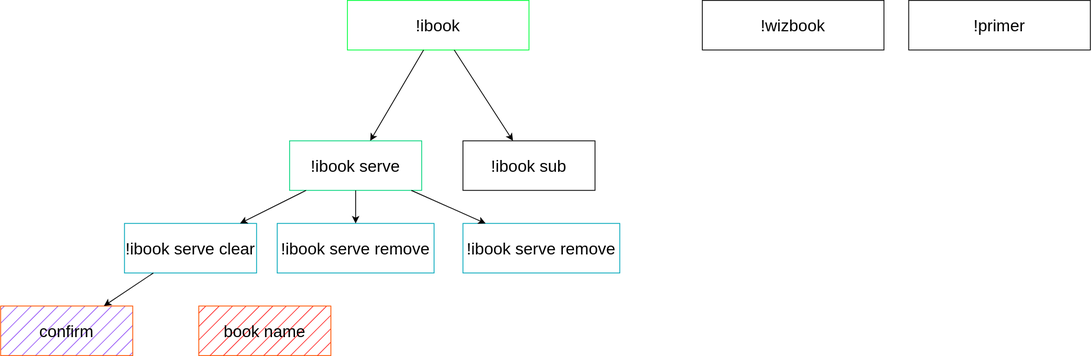
This is Design/Senior Project.svg from SethHartman13/Magic-Book-Library, a draw.io export, as it was before one commit. Source tidied: cells renumbered, new cells last; positions are measured from the earlier drawing's top-left corner, leaving out a move shared by most shapes.
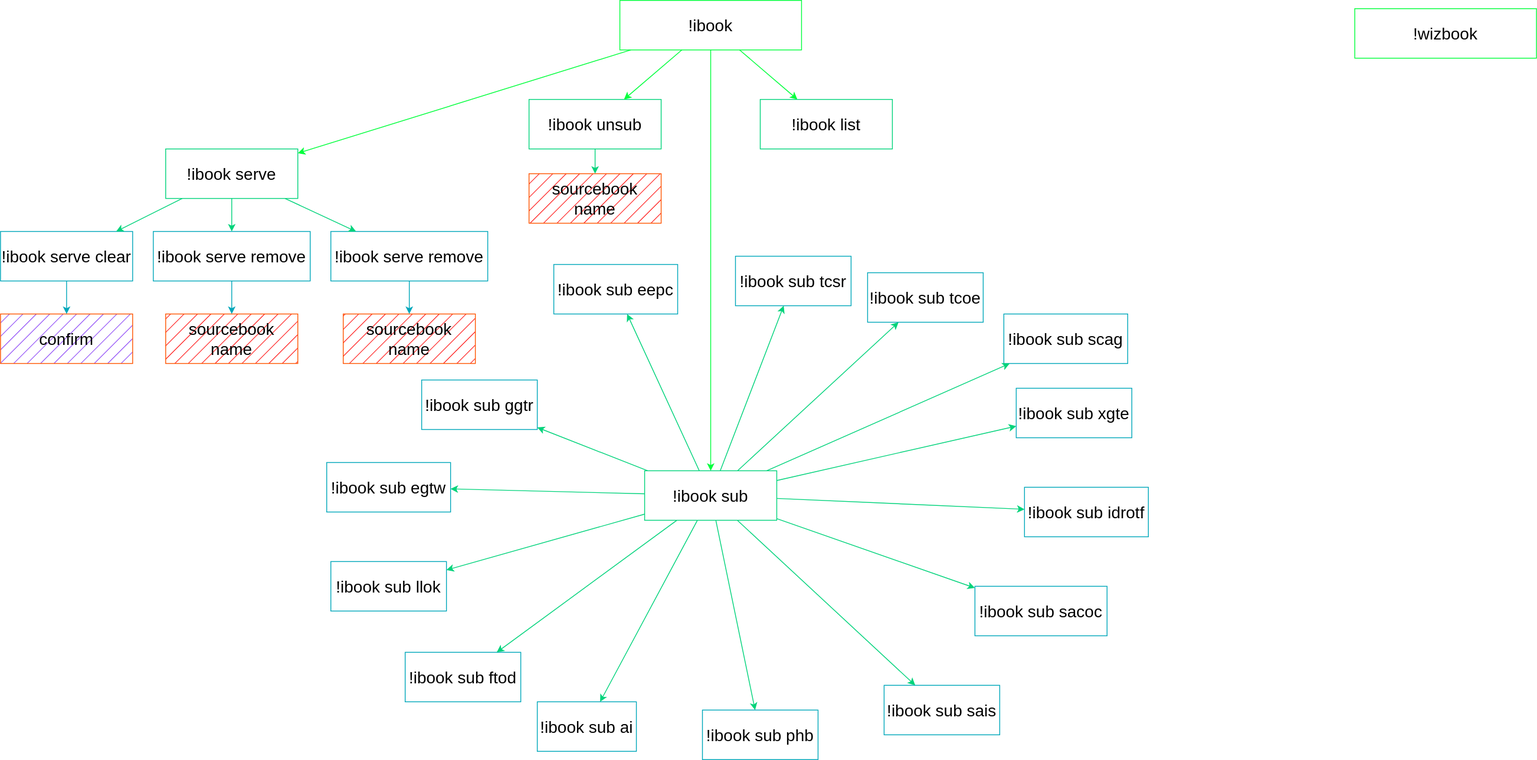
The same diagram one commit later.

What changed in the source:
```diff
@@ -3,52 +3,160 @@
     <mxCell id="0" />
     <mxCell id="1" parent="0" />
     <mxCell id="2" value="&lt;font style=&quot;font-size: 20px;&quot;&gt;!ibook&lt;/font&gt;" style="rounded=0;whiteSpace=wrap;html=1;strokeColor=#00ff3c;" parent="1" vertex="1">
-      <mxGeometry x="420" width="220" height="60" as="geometry" />
+      <mxGeometry x="420" y="-10" width="220" height="60" as="geometry" />
     </mxCell>
-    <mxCell id="3" value="&lt;font style=&quot;font-size: 20px;&quot;&gt;!wizbook&lt;br&gt;&lt;/font&gt;" style="rounded=0;whiteSpace=wrap;html=1;" parent="1" vertex="1">
-      <mxGeometry x="850" width="220" height="60" as="geometry" />
-    </mxCell>
-    <mxCell id="4" value="&lt;font style=&quot;font-size: 20px;&quot;&gt;!primer&lt;/font&gt;" style="rounded=0;whiteSpace=wrap;html=1;" parent="1" vertex="1">
-      <mxGeometry x="1100" width="220" height="60" as="geometry" />
-    </mxCell>
     <mxCell id="5" value="&lt;font style=&quot;font-size: 20px;&quot;&gt;!ibook serve&lt;br&gt;&lt;/font&gt;" style="rounded=0;whiteSpace=wrap;html=1;strokeColor=#00d37b;" parent="1" vertex="1">
-      <mxGeometry x="350" y="170" width="160" height="60" as="geometry" />
+      <mxGeometry x="-130" y="170" width="160" height="60" as="geometry" />
     </mxCell>
-    <mxCell id="6" value="&lt;font style=&quot;font-size: 20px;&quot;&gt;!ibook sub&lt;br&gt;&lt;/font&gt;" style="rounded=0;whiteSpace=wrap;html=1;" parent="1" vertex="1">
-      <mxGeometry x="560" y="170" width="160" height="60" as="geometry" />
-    </mxCell>
-    <mxCell id="7" style="endArrow=classic;html=1;rounded=0;" parent="1" edge="1" source="2" target="5">
+    <mxCell id="7" style="endArrow=classic;html=1;rounded=0;strokeColor=#00FF3C;" parent="1" edge="1" source="2" target="5">
       <mxGeometry relative="1" as="geometry" />
     </mxCell>
-    <mxCell id="8" style="endArrow=classic;html=1;rounded=0;" parent="1" edge="1" source="2" target="6">
+    <mxCell id="8" style="endArrow=classic;html=1;rounded=0;strokeColor=#00FF3C;" parent="1" edge="1" source="2" target="6">
       <mxGeometry relative="1" as="geometry" />
     </mxCell>
     <mxCell id="9" value="&lt;font style=&quot;font-size: 20px;&quot;&gt;!ibook serve clear&lt;br&gt;&lt;/font&gt;" style="rounded=0;whiteSpace=wrap;html=1;strokeColor=#00A7BA;" parent="1" vertex="1">
-      <mxGeometry x="150" y="270" width="160" height="60" as="geometry" />
+      <mxGeometry x="-330" y="270" width="160" height="60" as="geometry" />
     </mxCell>
     <mxCell id="10" value="&lt;font style=&quot;font-size: 20px;&quot;&gt;confirm&lt;br&gt;&lt;/font&gt;" style="rounded=0;whiteSpace=wrap;html=1;strokeColor=#ff5500;fillColor=#8236f5;fillStyle=hatch;gradientColor=none;" parent="1" vertex="1">
-      <mxGeometry y="370" width="160" height="60" as="geometry" />
+      <mxGeometry x="-330" y="370" width="160" height="60" as="geometry" />
     </mxCell>
-    <mxCell id="11" style="endArrow=classic;html=1;rounded=0;" parent="1" edge="1" source="5" target="9">
+    <mxCell id="11" style="endArrow=classic;html=1;rounded=0;strokeColor=#00D37B;" parent="1" edge="1" source="5" target="9">
       <mxGeometry relative="1" as="geometry" />
     </mxCell>
-    <mxCell id="12" style="endArrow=classic;html=1;rounded=0;" parent="1" edge="1" source="9" target="10">
+    <mxCell id="12" style="endArrow=classic;html=1;rounded=0;strokeColor=#00A7BA;" parent="1" edge="1" source="9" target="10">
       <mxGeometry relative="1" as="geometry" />
     </mxCell>
     <mxCell id="13" value="&lt;font style=&quot;font-size: 20px;&quot;&gt;!ibook serve remove&lt;br&gt;&lt;/font&gt;" style="rounded=0;whiteSpace=wrap;html=1;strokeColor=#00A7BA;" parent="1" vertex="1">
-      <mxGeometry x="335" y="270" width="190" height="60" as="geometry" />
+      <mxGeometry x="-145" y="270" width="190" height="60" as="geometry" />
     </mxCell>
-    <mxCell id="14" style="endArrow=classic;html=1;rounded=0;" parent="1" edge="1" source="5" target="13">
+    <mxCell id="14" style="endArrow=classic;html=1;rounded=0;strokeColor=#00D37B;" parent="1" edge="1" source="5" target="13">
       <mxGeometry relative="1" as="geometry" />
     </mxCell>
     <mxCell id="15" value="&lt;font style=&quot;font-size: 20px;&quot;&gt;!ibook serve remove&lt;br&gt;&lt;/font&gt;" style="rounded=0;whiteSpace=wrap;html=1;strokeColor=#00A7BA;" parent="1" vertex="1">
-      <mxGeometry x="560" y="270" width="190" height="60" as="geometry" />
+      <mxGeometry x="70" y="270" width="190" height="60" as="geometry" />
     </mxCell>
-    <mxCell id="16" style="endArrow=classic;html=1;rounded=0;" parent="1" edge="1" source="5" target="15">
+    <mxCell id="16" style="endArrow=classic;html=1;rounded=0;strokeColor=#00D37B;" parent="1" edge="1" source="5" target="15">
       <mxGeometry relative="1" as="geometry" />
     </mxCell>
-    <mxCell id="17" value="&lt;font style=&quot;font-size: 20px;&quot;&gt;book name&lt;br&gt;&lt;/font&gt;" style="rounded=0;whiteSpace=wrap;html=1;strokeColor=#ff5500;fillColor=#ff0000;fillStyle=hatch;gradientColor=none;" parent="1" vertex="1">
-      <mxGeometry x="240" y="370" width="160" height="60" as="geometry" />
+    <mxCell id="17" value="&lt;font style=&quot;font-size: 20px;&quot;&gt;sourcebook name&lt;br&gt;&lt;/font&gt;" style="rounded=0;whiteSpace=wrap;html=1;strokeColor=#ff5500;fillColor=#ff0000;fillStyle=hatch;gradientColor=none;" parent="1" vertex="1">
+      <mxGeometry x="-130" y="370" width="160" height="60" as="geometry" />
     </mxCell>
+    <mxCell id="18" style="endArrow=classic;html=1;rounded=0;strokeColor=#00A7BA;" parent="1" edge="1" source="13" target="17">
+      <mxGeometry relative="1" as="geometry" />
+    </mxCell>
+    <mxCell id="19" value="&lt;font style=&quot;font-size: 20px;&quot;&gt;sourcebook name&lt;br&gt;&lt;/font&gt;" style="rounded=0;whiteSpace=wrap;html=1;strokeColor=#ff5500;fillColor=#ff0000;fillStyle=hatch;gradientColor=none;" parent="1" vertex="1">
+      <mxGeometry x="85" y="370" width="160" height="60" as="geometry" />
+    </mxCell>
+    <mxCell id="20" style="endArrow=classic;html=1;rounded=0;strokeColor=#00A7BA;" parent="1" edge="1" source="15" target="19">
+      <mxGeometry relative="1" as="geometry" />
+    </mxCell>
+    <mxCell id="6" value="&lt;font style=&quot;font-size: 20px;&quot;&gt;!ibook sub&lt;br&gt;&lt;/font&gt;" style="rounded=0;whiteSpace=wrap;html=1;strokeColor=#00d37b;" parent="1" vertex="1">
+      <mxGeometry x="450" y="560" width="160" height="60" as="geometry" />
+    </mxCell>
+    <mxCell id="21" value="&lt;font style=&quot;font-size: 20px;&quot;&gt;!ibook sub ai&lt;br&gt;&lt;/font&gt;" style="rounded=0;whiteSpace=wrap;html=1;strokeColor=#00A7BA;" parent="1" vertex="1">
+      <mxGeometry x="320" y="840" width="120" height="60" as="geometry" />
+    </mxCell>
+    <mxCell id="22" value="&lt;font style=&quot;font-size: 20px;&quot;&gt;!ibook sub eepc&lt;br&gt;&lt;/font&gt;" style="rounded=0;whiteSpace=wrap;html=1;strokeColor=#00A7BA;" parent="1" vertex="1">
+      <mxGeometry x="340" y="310" width="150" height="60" as="geometry" />
+    </mxCell>
+    <mxCell id="23" value="&lt;font style=&quot;font-size: 20px;&quot;&gt;!ibook sub ftod&lt;br&gt;&lt;/font&gt;" style="rounded=0;whiteSpace=wrap;html=1;strokeColor=#00A7BA;" parent="1" vertex="1">
+      <mxGeometry x="160" y="780" width="140" height="60" as="geometry" />
+    </mxCell>
+    <mxCell id="24" value="&lt;font style=&quot;font-size: 20px;&quot;&gt;!ibook sub egtw&lt;br&gt;&lt;/font&gt;" style="rounded=0;whiteSpace=wrap;html=1;strokeColor=#00A7BA;" parent="1" vertex="1">
+      <mxGeometry x="65" y="550" width="150" height="60" as="geometry" />
+    </mxCell>
+    <mxCell id="25" value="&lt;font style=&quot;font-size: 20px;&quot;&gt;!ibook sub ggtr&lt;br&gt;&lt;/font&gt;" style="rounded=0;whiteSpace=wrap;html=1;strokeColor=#00A7BA;" parent="1" vertex="1">
+      <mxGeometry x="180" y="450" width="140" height="60" as="geometry" />
+    </mxCell>
+    <mxCell id="26" value="&lt;font style=&quot;font-size: 20px;&quot;&gt;!ibook sub idrotf&lt;br&gt;&lt;/font&gt;" style="rounded=0;whiteSpace=wrap;html=1;strokeColor=#00A7BA;" parent="1" vertex="1">
+      <mxGeometry x="910" y="580" width="150" height="60" as="geometry" />
+    </mxCell>
+    <mxCell id="27" value="&lt;font style=&quot;font-size: 20px;&quot;&gt;!ibook sub llok&lt;br&gt;&lt;/font&gt;" style="rounded=0;whiteSpace=wrap;html=1;strokeColor=#00A7BA;" parent="1" vertex="1">
+      <mxGeometry x="70" y="670" width="140" height="60" as="geometry" />
+    </mxCell>
+    <mxCell id="28" value="&lt;font style=&quot;font-size: 20px;&quot;&gt;!ibook sub phb&lt;br&gt;&lt;/font&gt;" style="rounded=0;whiteSpace=wrap;html=1;strokeColor=#00A7BA;" parent="1" vertex="1">
+      <mxGeometry x="520" y="850" width="140" height="60" as="geometry" />
+    </mxCell>
+    <mxCell id="29" value="&lt;font style=&quot;font-size: 20px;&quot;&gt;!ibook sub sais&lt;br&gt;&lt;/font&gt;" style="rounded=0;whiteSpace=wrap;html=1;strokeColor=#00A7BA;" parent="1" vertex="1">
+      <mxGeometry x="740" y="820" width="140" height="60" as="geometry" />
+    </mxCell>
+    <mxCell id="30" value="&lt;font style=&quot;font-size: 20px;&quot;&gt;!ibook sub sacoc&lt;br&gt;&lt;/font&gt;" style="rounded=0;whiteSpace=wrap;html=1;strokeColor=#00A7BA;" parent="1" vertex="1">
+      <mxGeometry x="850" y="700" width="160" height="60" as="geometry" />
+    </mxCell>
+    <mxCell id="31" value="&lt;font style=&quot;font-size: 20px;&quot;&gt;!ibook sub scag&lt;br&gt;&lt;/font&gt;" style="rounded=0;whiteSpace=wrap;html=1;strokeColor=#00A7BA;" parent="1" vertex="1">
+      <mxGeometry x="885" y="370" width="150" height="60" as="geometry" />
+    </mxCell>
+    <mxCell id="32" value="&lt;font style=&quot;font-size: 20px;&quot;&gt;!ibook sub tcsr&lt;br&gt;&lt;/font&gt;" style="rounded=0;whiteSpace=wrap;html=1;strokeColor=#00A7BA;" parent="1" vertex="1">
+      <mxGeometry x="560" y="300" width="140" height="60" as="geometry" />
+    </mxCell>
+    <mxCell id="33" value="&lt;font style=&quot;font-size: 20px;&quot;&gt;!ibook sub tcoe&lt;br&gt;&lt;/font&gt;" style="rounded=0;whiteSpace=wrap;html=1;strokeColor=#00A7BA;" parent="1" vertex="1">
+      <mxGeometry x="720" y="320" width="140" height="60" as="geometry" />
+    </mxCell>
+    <mxCell id="34" value="&lt;font style=&quot;font-size: 20px;&quot;&gt;!ibook sub xgte&lt;br&gt;&lt;/font&gt;" style="rounded=0;whiteSpace=wrap;html=1;strokeColor=#00A7BA;" parent="1" vertex="1">
+      <mxGeometry x="900" y="460" width="140" height="60" as="geometry" />
+    </mxCell>
+    <mxCell id="35" style="endArrow=classic;html=1;rounded=0;strokeColor=#00D37B;" parent="1" edge="1" source="6" target="21">
+      <mxGeometry relative="1" as="geometry" />
+    </mxCell>
+    <mxCell id="36" style="endArrow=classic;html=1;rounded=0;strokeColor=#00D37B;" parent="1" edge="1" source="6" target="22">
+      <mxGeometry relative="1" as="geometry" />
+    </mxCell>
+    <mxCell id="37" style="endArrow=classic;html=1;rounded=0;strokeColor=#00D37B;" parent="1" edge="1" source="6" target="24">
+      <mxGeometry relative="1" as="geometry" />
+    </mxCell>
+    <mxCell id="38" style="endArrow=classic;html=1;rounded=0;strokeColor=#00D37B;" parent="1" edge="1" source="6" target="25">
+      <mxGeometry relative="1" as="geometry" />
+    </mxCell>
+    <mxCell id="39" style="endArrow=classic;html=1;rounded=0;strokeColor=#00D37B;" parent="1" edge="1" source="6" target="23">
+      <mxGeometry relative="1" as="geometry" />
+    </mxCell>
+    <mxCell id="40" style="endArrow=classic;html=1;rounded=0;strokeColor=#00D37B;" parent="1" edge="1" source="6" target="26">
+      <mxGeometry relative="1" as="geometry" />
+    </mxCell>
+    <mxCell id="41" style="endArrow=classic;html=1;rounded=0;strokeColor=#00D37B;" parent="1" edge="1" source="6" target="27">
+      <mxGeometry relative="1" as="geometry" />
+    </mxCell>
+    <mxCell id="42" style="endArrow=classic;html=1;rounded=0;strokeColor=#00D37B;" parent="1" edge="1" source="6" target="28">
+      <mxGeometry relative="1" as="geometry" />
+    </mxCell>
+    <mxCell id="43" style="endArrow=classic;html=1;rounded=0;strokeColor=#00D37B;" parent="1" edge="1" source="6" target="29">
+      <mxGeometry relative="1" as="geometry" />
+    </mxCell>
+    <mxCell id="44" style="endArrow=classic;html=1;rounded=0;strokeColor=#00D37B;" parent="1" edge="1" source="6" target="32">
+      <mxGeometry relative="1" as="geometry" />
+    </mxCell>
+    <mxCell id="45" style="endArrow=classic;html=1;rounded=0;strokeColor=#00D37B;" parent="1" edge="1" source="6" target="31">
+      <mxGeometry relative="1" as="geometry" />
+    </mxCell>
+    <mxCell id="46" style="endArrow=classic;html=1;rounded=0;strokeColor=#00D37B;" parent="1" edge="1" source="6" target="33">
+      <mxGeometry relative="1" as="geometry" />
+    </mxCell>
+    <mxCell id="47" style="endArrow=classic;html=1;rounded=0;strokeColor=#00D37B;" parent="1" edge="1" source="6" target="34">
+      <mxGeometry relative="1" as="geometry" />
+    </mxCell>
+    <mxCell id="48" style="endArrow=classic;html=1;rounded=0;strokeColor=#00D37B;" parent="1" edge="1" source="6" target="30">
+      <mxGeometry relative="1" as="geometry" />
+    </mxCell>
+    <mxCell id="3" value="&lt;font style=&quot;font-size: 20px;&quot;&gt;!wizbook&lt;br&gt;&lt;/font&gt;" style="rounded=0;whiteSpace=wrap;html=1;strokeColor=#00ff3c;" parent="1" vertex="1">
+      <mxGeometry x="1310" width="220" height="60" as="geometry" />
+    </mxCell>
+    <mxCell id="49" value="&lt;font style=&quot;font-size: 20px;&quot;&gt;!ibook unsub&lt;br&gt;&lt;/font&gt;" style="rounded=0;whiteSpace=wrap;html=1;strokeColor=#00d37b;" parent="1" vertex="1">
+      <mxGeometry x="310" y="110" width="160" height="60" as="geometry" />
+    </mxCell>
+    <mxCell id="50" value="&lt;font style=&quot;font-size: 20px;&quot;&gt;!ibook list&lt;br&gt;&lt;/font&gt;" style="rounded=0;whiteSpace=wrap;html=1;strokeColor=#00d37b;" parent="1" vertex="1">
+      <mxGeometry x="590" y="110" width="160" height="60" as="geometry" />
+    </mxCell>
+    <mxCell id="51" style="endArrow=classic;html=1;rounded=0;strokeColor=#00FF3C;" parent="1" edge="1" source="2" target="50">
+      <mxGeometry relative="1" as="geometry" />
+    </mxCell>
+    <mxCell id="52" style="endArrow=classic;html=1;rounded=0;strokeColor=#00FF3C;" parent="1" edge="1" source="2" target="49">
+      <mxGeometry relative="1" as="geometry" />
+    </mxCell>
+    <mxCell id="53" value="&lt;font style=&quot;font-size: 20px;&quot;&gt;sourcebook name&lt;br&gt;&lt;/font&gt;" style="rounded=0;whiteSpace=wrap;html=1;strokeColor=#ff5500;fillColor=#ff0000;fillStyle=hatch;gradientColor=none;" parent="1" vertex="1">
+      <mxGeometry x="310" y="200" width="160" height="60" as="geometry" />
+    </mxCell>
+    <mxCell id="54" style="endArrow=classic;html=1;rounded=0;strokeColor=#00D37B;" parent="1" edge="1" source="49" target="53">
+      <mxGeometry relative="1" as="geometry" />
+    </mxCell>
   </root>
 </mxGraphModel>
```
